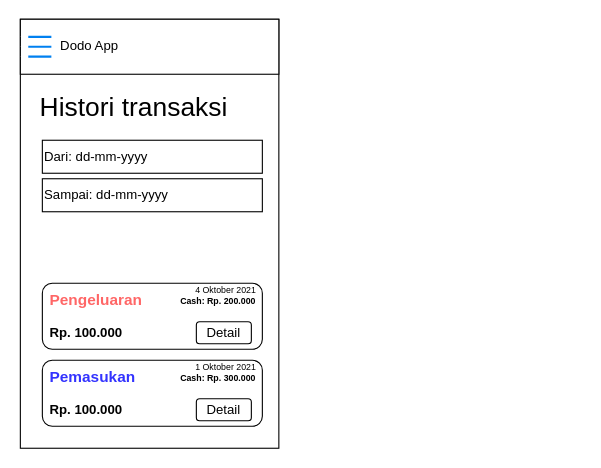
Earlier version of the draw.io diagram page "Transaction Querying" (3 of 3) of Diagram/Wireframe.drawio (ryusu777/dodo-app). Source tidied: cells renumbered, new cells numbered last; positions are measured from the earlier drawing's top-left corner, leaving out a move shared by most shapes. Both pictures are drawn from the tidied source at 110%, with x=0, y=0 at pixel (20, 19).
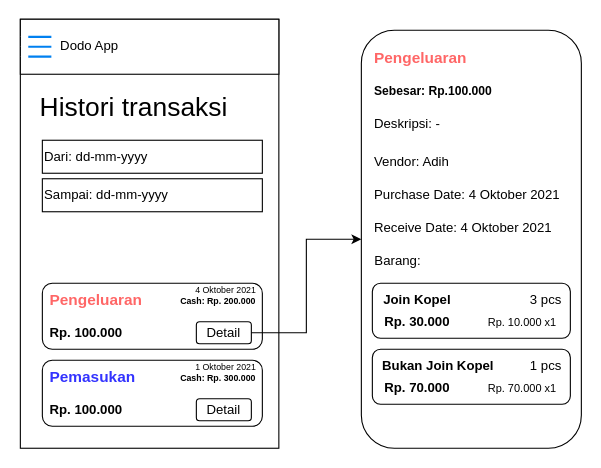
The same diagram, later.

Commit message:
Transaction Detail

The change refers to these unchanged cells:
```xml
<mxCell id="14" value="Detail" style="rounded=1;whiteSpace=wrap;html=1;" parent="9" vertex="1">
  <mxGeometry x="140" y="35" width="50" height="20" as="geometry" />
</mxCell>
```

Change to the diagram source:
```diff
@@
+    <mxCell id="23" style="rounded=1;whiteSpace=wrap;html=1;" parent="1" vertex="1">
+      <mxGeometry x="310" y="10" width="200" height="380" as="geometry" />
+    </mxCell>
+    <mxCell id="24" value="&lt;b&gt;&lt;font style=&quot;font-size: 14px&quot; color=&quot;#ff6666&quot;&gt;Pengeluaran&lt;/font&gt;&lt;/b&gt;" style="text;html=1;strokeColor=none;fillColor=none;align=left;verticalAlign=middle;whiteSpace=wrap;rounded=0;" parent="1" vertex="1">
+      <mxGeometry x="320" y="20" width="100" height="30" as="geometry" />
+    </mxCell>
+    <mxCell id="25" value="&lt;b&gt;&lt;font style=&quot;font-size: 11px&quot;&gt;Sebesar: Rp.100.000&lt;/font&gt;&lt;/b&gt;" style="text;html=1;strokeColor=none;fillColor=none;align=left;verticalAlign=middle;whiteSpace=wrap;rounded=0;" parent="1" vertex="1">
+      <mxGeometry x="320" y="50" width="120" height="30" as="geometry" />
+    </mxCell>
+    <mxCell id="26" value="Deskripsi: -" style="text;html=1;strokeColor=none;fillColor=none;align=left;verticalAlign=middle;whiteSpace=wrap;rounded=0;" parent="1" vertex="1">
+      <mxGeometry x="320" y="80" width="130" height="30" as="geometry" />
+    </mxCell>
+    <mxCell id="27" value="Vendor: Adih" style="text;html=1;strokeColor=none;fillColor=none;align=left;verticalAlign=middle;whiteSpace=wrap;rounded=0;" parent="1" vertex="1">
+      <mxGeometry x="320" y="120" width="80" height="20" as="geometry" />
+    </mxCell>
+    <mxCell id="28" value="Purchase Date: 4 Oktober 2021" style="text;html=1;strokeColor=none;fillColor=none;align=left;verticalAlign=middle;whiteSpace=wrap;rounded=0;" parent="1" vertex="1">
+      <mxGeometry x="320" y="150" width="180" height="20" as="geometry" />
+    </mxCell>
+    <mxCell id="29" value="Receive Date: 4&amp;nbsp;Oktober 2021" style="text;html=1;strokeColor=none;fillColor=none;align=left;verticalAlign=middle;whiteSpace=wrap;rounded=0;" parent="1" vertex="1">
+      <mxGeometry x="320" y="180" width="180" height="20" as="geometry" />
+    </mxCell>
+    <mxCell id="30" style="group;" parent="1" vertex="1">
+      <mxGeometry x="320" y="300" width="180" height="50" as="geometry" />
+    </mxCell>
+    <mxCell id="31" style="rounded=1;whiteSpace=wrap;html=1;align=left;" parent="30" vertex="1">
+      <mxGeometry width="180" height="50" as="geometry" />
+    </mxCell>
+    <mxCell id="32" value="&lt;b&gt;Bukan Join Kopel&lt;/b&gt;" style="text;html=1;strokeColor=none;fillColor=none;align=center;verticalAlign=middle;whiteSpace=wrap;rounded=0;" parent="30" vertex="1">
+      <mxGeometry width="120" height="30" as="geometry" />
+    </mxCell>
+    <mxCell id="33" value="&lt;b&gt;Rp. 70.000&lt;/b&gt;" style="text;html=1;strokeColor=none;fillColor=none;align=center;verticalAlign=middle;whiteSpace=wrap;rounded=0;" parent="30" vertex="1">
+      <mxGeometry y="20" width="81.8" height="30" as="geometry" />
+    </mxCell>
+    <mxCell id="34" value="1 pcs" style="text;html=1;strokeColor=none;fillColor=none;align=center;verticalAlign=middle;whiteSpace=wrap;rounded=0;" parent="30" vertex="1">
+      <mxGeometry x="136.4" width="43.6" height="30" as="geometry" />
+    </mxCell>
+    <mxCell id="35" value="&lt;font style=&quot;font-size: 10px&quot;&gt;Rp. 70.000 x1&lt;/font&gt;" style="text;html=1;strokeColor=none;fillColor=none;align=center;verticalAlign=middle;whiteSpace=wrap;rounded=0;" parent="30" vertex="1">
+      <mxGeometry x="92.7" y="25" width="87.3" height="20" as="geometry" />
+    </mxCell>
+    <mxCell id="36" style="group;" parent="1" vertex="1">
+      <mxGeometry x="320" y="240" width="180" height="50" as="geometry" />
+    </mxCell>
+    <mxCell id="37" style="rounded=1;whiteSpace=wrap;html=1;align=left;" parent="36" vertex="1">
+      <mxGeometry width="180" height="50" as="geometry" />
+    </mxCell>
+    <mxCell id="38" value="&lt;b&gt;Join Kopel&lt;/b&gt;" style="text;html=1;strokeColor=none;fillColor=none;align=center;verticalAlign=middle;whiteSpace=wrap;rounded=0;" parent="36" vertex="1">
+      <mxGeometry width="81.8" height="30" as="geometry" />
+    </mxCell>
+    <mxCell id="39" value="&lt;b&gt;Rp. 30.000&lt;/b&gt;" style="text;html=1;strokeColor=none;fillColor=none;align=center;verticalAlign=middle;whiteSpace=wrap;rounded=0;" parent="36" vertex="1">
+      <mxGeometry y="20" width="81.8" height="30" as="geometry" />
+    </mxCell>
+    <mxCell id="40" value="3 pcs" style="text;html=1;strokeColor=none;fillColor=none;align=center;verticalAlign=middle;whiteSpace=wrap;rounded=0;" parent="36" vertex="1">
+      <mxGeometry x="136.4" width="43.6" height="30" as="geometry" />
+    </mxCell>
+    <mxCell id="41" value="&lt;font style=&quot;font-size: 10px&quot;&gt;Rp. 10.000 x1&lt;/font&gt;" style="text;html=1;strokeColor=none;fillColor=none;align=center;verticalAlign=middle;whiteSpace=wrap;rounded=0;" parent="36" vertex="1">
+      <mxGeometry x="92.7" y="25" width="87.3" height="20" as="geometry" />
+    </mxCell>
+    <mxCell id="42" value="Barang:&amp;nbsp;" style="text;html=1;strokeColor=none;fillColor=none;align=center;verticalAlign=middle;whiteSpace=wrap;rounded=0;" parent="1" vertex="1">
+      <mxGeometry x="320" y="210" width="50" height="20" as="geometry" />
+    </mxCell>
+    <mxCell id="43" style="edgeStyle=orthogonalEdgeStyle;rounded=0;jettySize=auto;html=1;" parent="1" edge="1" source="14" target="23">
+      <mxGeometry relative="1" as="geometry" />
+    </mxCell>
```
